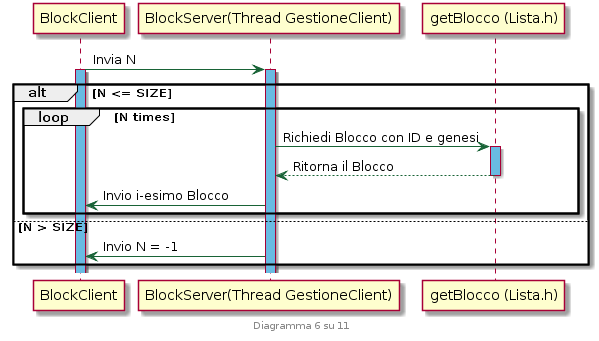
Before: SequenceDiagram/schema6.png, a diagram exported from PlantUML (antdimarino/Computer-Networks-BlockChain).
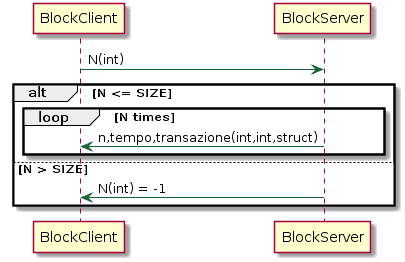
The same file after the commit.

The edit, as a diff of the source:
```diff
@@ -3,27 +3,21 @@
 	ArrowColor #186336
 }
 
-footer Diagramma 6 su 11
 participant	BlockClient
-participant	"BlockServer(Thread GestioneClient)"
+participant	BlockServer
 
 
-BlockClient -> "BlockServer(Thread GestioneClient)": Invia N
-activate "BlockServer(Thread GestioneClient)" #69bbe2
-activate BlockClient #69bbe2
+BlockClient -> BlockServer:  N(int)
+
 
 alt N <= SIZE
 
 	loop N times
-"BlockServer(Thread GestioneClient)"-> "getBlocco (Lista.h)": Richiedi Blocco con ID e genesi
-activate "getBlocco (Lista.h)" #69bbe2
-"getBlocco (Lista.h)" --> "BlockServer(Thread GestioneClient)": Ritorna il Blocco
-deactivate "getBlocco (Lista.h)"
-		"BlockServer(Thread GestioneClient)" -> BlockClient: Invio i-esimo Blocco
+		BlockServer -> BlockClient: n,tempo,transazione(int,int,struct)
 	end
 else N > SIZE
 
-	"BlockServer(Thread GestioneClient)" -> BlockClient: Invio N = -1
+	BlockServer -> BlockClient: N(int) = -1
 end
 
 @enduml
```
